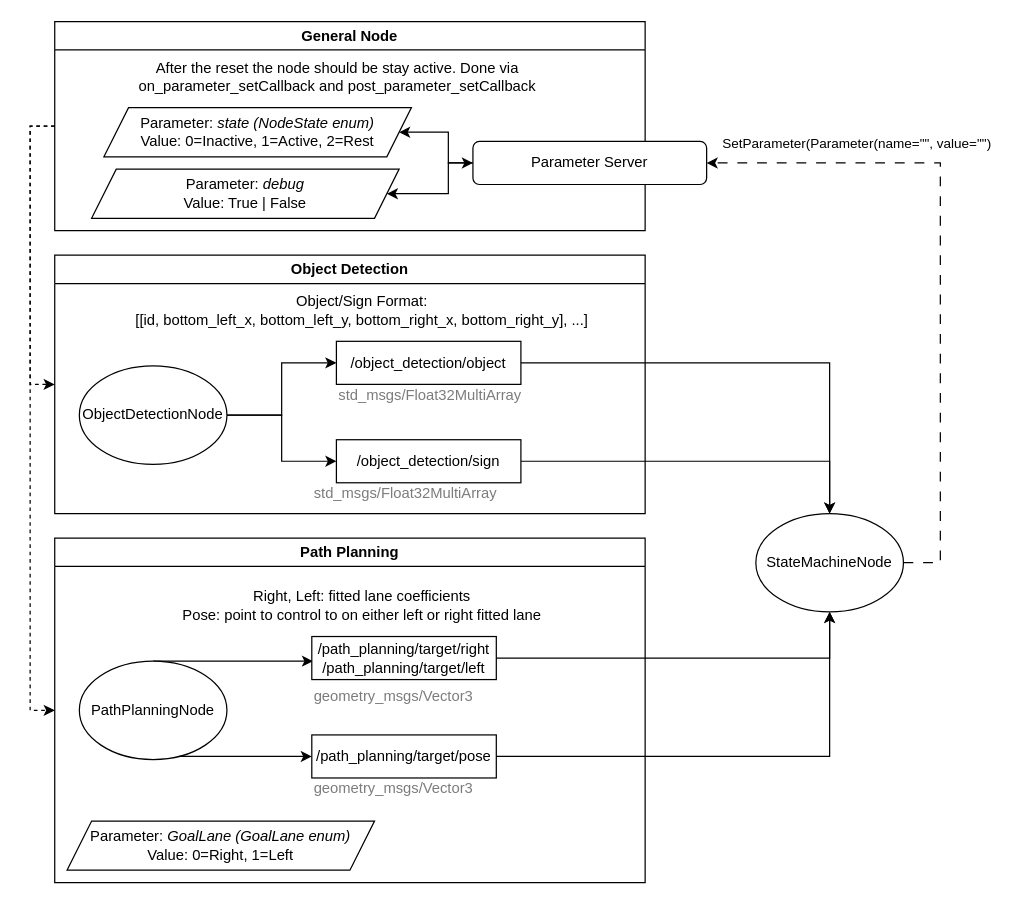
Before: page "Architecture" (1 of 2) of doc/state_machine.drawio in DHBW-Smart-Rollerz/state_machine, a draw.io diagram. Source tidied: cells renumbered, new cells numbered last; positions are measured from the earlier drawing's top-left corner, leaving out a move shared by most shapes. Both pictures are drawn from the tidied source at 123%, with x=0, y=0 at pixel (30, 21).
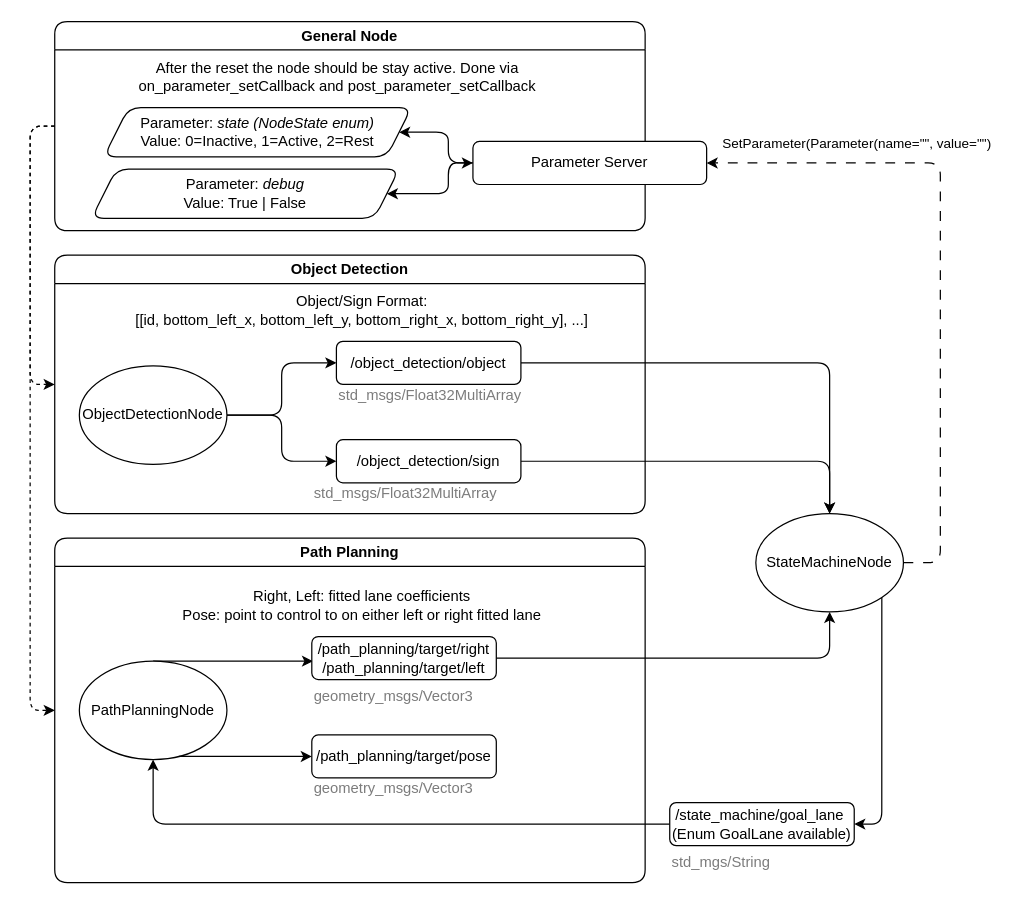
The same diagram, later.

Unchanged cells that the change refers to:
```xml
<mxCell id="31" value="Parameter Server" style="rounded=1;whiteSpace=wrap;html=1;" parent="28" vertex="1">
  <mxGeometry x="340" y="97.5" width="190" height="35" as="geometry" />
</mxCell>
```

Change to the diagram source:
```diff
@@
+    <mxCell id="37" style="edgeStyle=orthogonalEdgeStyle;rounded=1;jettySize=auto;html=1;entryX=1;entryY=0.5;entryDx=0;entryDy=0;exitX=1;exitY=1;exitDx=0;exitDy=0;" parent="1" edge="1" source="2" target="39">
+      <mxGeometry relative="1" as="geometry" />
+    </mxCell>
-    <mxCell id="2" value="StateMachineNode" style="ellipse;whiteSpace=wrap;html=1;" parent="1" vertex="1">
+    <mxCell id="2" value="StateMachineNode" style="ellipse;whiteSpace=wrap;html=1;rounded=1;" parent="1" vertex="1">
       <mxGeometry x="590" y="400" width="120" height="80" as="geometry" />
     </mxCell>
-    <mxCell id="3" style="edgeStyle=orthogonalEdgeStyle;rounded=0;jettySize=auto;html=1;" parent="1" edge="1" source="11" target="2">
+    <mxCell id="3" style="edgeStyle=orthogonalEdgeStyle;rounded=1;jettySize=auto;html=1;" parent="1" edge="1" source="11" target="2">
       <mxGeometry relative="1" as="geometry" />
     </mxCell>
-    <mxCell id="4" style="edgeStyle=orthogonalEdgeStyle;rounded=0;jettySize=auto;html=1;entryX=0.5;entryY=0;entryDx=0;entryDy=0;" parent="1" edge="1" source="12" target="2">
+    <mxCell id="4" style="edgeStyle=orthogonalEdgeStyle;rounded=1;jettySize=auto;html=1;entryX=0.5;entryY=0;entryDx=0;entryDy=0;" parent="1" edge="1" source="12" target="2">
       <mxGeometry relative="1" as="geometry" />
     </mxCell>
-    <mxCell id="5" value="&lt;span style=&quot;font-weight:normal;font-style:normal;text-decoration:none&quot;&gt;std_msgs/Float32MultiArray&lt;/span&gt;" style="text;whiteSpace=wrap;html=1;fontColor=#7C7C7C;" parent="1" vertex="1">
+    <mxCell id="5" value="&lt;span style=&quot;font-weight:normal;font-style:normal;text-decoration:none&quot;&gt;std_msgs/Float32MultiArray&lt;/span&gt;" style="text;whiteSpace=wrap;html=1;fontColor=#7C7C7C;rounded=1;" parent="1" vertex="1">
       <mxGeometry x="229" y="370" width="180" height="40" as="geometry" />
     </mxCell>
-    <mxCell id="6" style="edgeStyle=orthogonalEdgeStyle;rounded=0;jettySize=auto;html=1;" parent="1" edge="1" source="19">
+    <mxCell id="6" style="edgeStyle=orthogonalEdgeStyle;rounded=1;jettySize=auto;html=1;" parent="1" edge="1" source="19">
       <mxGeometry relative="1" as="geometry">
         <mxPoint x="230" y="520" as="targetPoint" />
         <Array as="points">
           <mxPoint x="160" y="560" />
           <mxPoint x="160" y="520" />
         </Array>
       </mxGeometry>
     </mxCell>
-    <mxCell id="7" value="Object Detection" style="swimlane;whiteSpace=wrap;html=1;" parent="1" vertex="1">
+    <mxCell id="7" value="Object Detection" style="swimlane;whiteSpace=wrap;html=1;rounded=1;" parent="1" vertex="1">
       <mxGeometry x="20" y="190" width="480" height="210" as="geometry" />
     </mxCell>
-    <mxCell id="8" style="edgeStyle=orthogonalEdgeStyle;rounded=0;jettySize=auto;html=1;entryX=0;entryY=0.5;entryDx=0;entryDy=0;" parent="7" edge="1" source="10" target="12">
+    <mxCell id="8" style="edgeStyle=orthogonalEdgeStyle;rounded=1;jettySize=auto;html=1;entryX=0;entryY=0.5;entryDx=0;entryDy=0;" parent="7" edge="1" source="10" target="12">
       <mxGeometry relative="1" as="geometry" />
     </mxCell>
-    <mxCell id="9" style="edgeStyle=orthogonalEdgeStyle;rounded=0;jettySize=auto;html=1;entryX=0;entryY=0.5;entryDx=0;entryDy=0;" parent="7" edge="1" source="10" target="11">
+    <mxCell id="9" style="edgeStyle=orthogonalEdgeStyle;rounded=1;jettySize=auto;html=1;entryX=0;entryY=0.5;entryDx=0;entryDy=0;" parent="7" edge="1" source="10" target="11">
       <mxGeometry relative="1" as="geometry" />
     </mxCell>
-    <mxCell id="10" value="ObjectDetectionNode" style="ellipse;whiteSpace=wrap;html=1;" parent="7" vertex="1">
+    <mxCell id="10" value="ObjectDetectionNode" style="ellipse;whiteSpace=wrap;html=1;rounded=1;" parent="7" vertex="1">
       <mxGeometry x="20" y="90" width="120" height="80" as="geometry" />
     </mxCell>
-    <mxCell id="11" value="/object_detection/object" style="rounded=0;whiteSpace=wrap;html=1;" parent="7" vertex="1">
+    <mxCell id="11" value="/object_detection/object" style="rounded=1;whiteSpace=wrap;html=1;" parent="7" vertex="1">
       <mxGeometry x="229" y="70" width="150" height="35" as="geometry" />
     </mxCell>
-    <mxCell id="12" value="/object_detection/sign" style="rounded=0;whiteSpace=wrap;html=1;" parent="7" vertex="1">
+    <mxCell id="12" value="/object_detection/sign" style="rounded=1;whiteSpace=wrap;html=1;" parent="7" vertex="1">
       <mxGeometry x="229" y="150" width="150" height="35" as="geometry" />
     </mxCell>
-    <mxCell id="13" value="&lt;span style=&quot;font-weight:normal;font-style:normal;text-decoration:none&quot;&gt;std_msgs/Float32MultiArray&lt;/span&gt;" style="text;whiteSpace=wrap;html=1;fontColor=#7C7C7C;" parent="7" vertex="1">
+    <mxCell id="13" value="&lt;span style=&quot;font-weight:normal;font-style:normal;text-decoration:none&quot;&gt;std_msgs/Float32MultiArray&lt;/span&gt;" style="text;whiteSpace=wrap;html=1;fontColor=#7C7C7C;rounded=1;" parent="7" vertex="1">
       <mxGeometry x="229" y="100" width="180" height="40" as="geometry" />
     </mxCell>
-    <mxCell id="14" value="Object/Sign Format: &lt;br&gt;[[id, bottom_left_x, bottom_left_y, bottom_right_x, bottom_right_y], ...]" style="text;html=1;align=center;verticalAlign=middle;whiteSpace=wrap;rounded=0;" parent="7" vertex="1">
+    <mxCell id="14" value="Object/Sign Format: &lt;br&gt;[[id, bottom_left_x, bottom_left_y, bottom_right_x, bottom_right_y], ...]" style="text;html=1;align=center;verticalAlign=middle;whiteSpace=wrap;rounded=1;" parent="7" vertex="1">
       <mxGeometry x="60" y="20" width="380" height="50" as="geometry" />
     </mxCell>
-    <mxCell id="15" value="Path Planning" style="swimlane;whiteSpace=wrap;html=1;" parent="1" vertex="1">
+    <mxCell id="15" value="Path Planning" style="swimlane;whiteSpace=wrap;html=1;rounded=1;" parent="1" vertex="1">
       <mxGeometry x="20" y="420" width="480" height="280" as="geometry" />
     </mxCell>
-    <mxCell id="16" value="/path_planning/target/pose" style="rounded=0;whiteSpace=wrap;html=1;" parent="15" vertex="1">
+    <mxCell id="16" value="/path_planning/target/pose" style="rounded=1;whiteSpace=wrap;html=1;" parent="15" vertex="1">
       <mxGeometry x="209" y="160" width="150" height="35" as="geometry" />
     </mxCell>
-    <mxCell id="17" value="/path_planning/target/right&lt;div&gt;/path_planning/target/left&lt;/div&gt;" style="rounded=0;whiteSpace=wrap;html=1;" parent="15" vertex="1">
+    <mxCell id="17" value="/path_planning/target/right&lt;div&gt;/path_planning/target/left&lt;/div&gt;" style="rounded=1;whiteSpace=wrap;html=1;" parent="15" vertex="1">
       <mxGeometry x="209" y="80" width="150" height="35" as="geometry" />
     </mxCell>
-    <mxCell id="18" value="Right, Left: fitted lane coefficients&lt;div&gt;Pose: point to control to on either left or right fitted lane&lt;/div&gt;" style="text;html=1;align=center;verticalAlign=middle;whiteSpace=wrap;rounded=0;" parent="15" vertex="1">
+    <mxCell id="18" value="Right, Left: fitted lane coefficients&lt;div&gt;Pose: point to control to on either left or right fitted lane&lt;/div&gt;" style="text;html=1;align=center;verticalAlign=middle;whiteSpace=wrap;rounded=1;" parent="15" vertex="1">
       <mxGeometry x="60" y="30" width="380" height="50" as="geometry" />
     </mxCell>
-    <mxCell id="19" value="PathPlanningNode" style="ellipse;whiteSpace=wrap;html=1;" parent="15" vertex="1">
+    <mxCell id="19" value="PathPlanningNode" style="ellipse;whiteSpace=wrap;html=1;rounded=1;" parent="15" vertex="1">
       <mxGeometry x="20" y="100" width="120" height="80" as="geometry" />
     </mxCell>
-    <mxCell id="20" style="edgeStyle=orthogonalEdgeStyle;rounded=0;jettySize=auto;html=1;entryX=0;entryY=0.5;entryDx=0;entryDy=0;" parent="15" edge="1" source="19" target="16">
+    <mxCell id="20" style="edgeStyle=orthogonalEdgeStyle;rounded=1;jettySize=auto;html=1;entryX=0;entryY=0.5;entryDx=0;entryDy=0;" parent="15" edge="1" source="19" target="16">
       <mxGeometry relative="1" as="geometry">
         <Array as="points">
           <mxPoint x="140" y="140" />
           <mxPoint x="140" y="178" />
         </Array>
       </mxGeometry>
     </mxCell>
-    <mxCell id="21" value="Parameter: &lt;i&gt;GoalLane (GoalLane enum)&lt;/i&gt;&lt;br&gt;Value: 0=Right, 1=Left" style="shape=parallelogram;perimeter=parallelogramPerimeter;whiteSpace=wrap;html=1;fixedSize=1;" parent="15" vertex="1">
-      <mxGeometry x="10" y="230" width="250" height="40" as="geometry" />
-    </mxCell>
-    <mxCell id="22" value="geometry_msgs/Vector3" style="text;whiteSpace=wrap;html=1;fontColor=#7C7C7C;" parent="15" vertex="1">
+    <mxCell id="22" value="geometry_msgs/Vector3" style="text;whiteSpace=wrap;html=1;fontColor=#7C7C7C;rounded=1;" parent="15" vertex="1">
       <mxGeometry x="209" y="115" width="180" height="40" as="geometry" />
     </mxCell>
-    <mxCell id="23" value="geometry_msgs/Vector3" style="text;whiteSpace=wrap;html=1;fontColor=#7C7C7C;" parent="15" vertex="1">
+    <mxCell id="23" value="geometry_msgs/Vector3" style="text;whiteSpace=wrap;html=1;fontColor=#7C7C7C;rounded=1;" parent="15" vertex="1">
       <mxGeometry x="209" y="190" width="180" height="40" as="geometry" />
     </mxCell>
-    <mxCell id="24" style="edgeStyle=orthogonalEdgeStyle;rounded=0;jettySize=auto;html=1;entryX=0.5;entryY=1;entryDx=0;entryDy=0;" parent="1" edge="1" source="17" target="2">
+    <mxCell id="24" style="edgeStyle=orthogonalEdgeStyle;rounded=1;jettySize=auto;html=1;entryX=0.5;entryY=1;entryDx=0;entryDy=0;" parent="1" edge="1" source="17" target="2">
       <mxGeometry relative="1" as="geometry" />
     </mxCell>
-    <mxCell id="25" style="edgeStyle=orthogonalEdgeStyle;rounded=0;jettySize=auto;html=1;entryX=0.5;entryY=1;entryDx=0;entryDy=0;" parent="1" edge="1" source="16" target="2">
-      <mxGeometry relative="1" as="geometry" />
-    </mxCell>
-    <mxCell id="26" style="edgeStyle=orthogonalEdgeStyle;rounded=0;jettySize=auto;html=1;entryX=0;entryY=0.5;entryDx=0;entryDy=0;exitX=0;exitY=0.5;exitDx=0;exitDy=0;dashed=1;endArrow=classic;endFill=1;" parent="1" edge="1" source="28" target="7">
+    <mxCell id="26" style="edgeStyle=orthogonalEdgeStyle;rounded=1;jettySize=auto;html=1;entryX=0;entryY=0.5;entryDx=0;entryDy=0;exitX=0;exitY=0.5;exitDx=0;exitDy=0;dashed=1;endArrow=classic;endFill=1;" parent="1" edge="1" source="28" target="7">
       <mxGeometry relative="1" as="geometry" />
     </mxCell>
-    <mxCell id="27" style="edgeStyle=orthogonalEdgeStyle;rounded=0;jettySize=auto;html=1;entryX=0;entryY=0.5;entryDx=0;entryDy=0;dashed=1;exitX=0;exitY=0.5;exitDx=0;exitDy=0;" parent="1" edge="1" source="28" target="15">
+    <mxCell id="27" style="edgeStyle=orthogonalEdgeStyle;rounded=1;jettySize=auto;html=1;entryX=0;entryY=0.5;entryDx=0;entryDy=0;dashed=1;exitX=0;exitY=0.5;exitDx=0;exitDy=0;" parent="1" edge="1" source="28" target="15">
       <mxGeometry relative="1" as="geometry">
         <Array as="points">
           <mxPoint y="85" />
           <mxPoint y="560" />
         </Array>
       </mxGeometry>
     </mxCell>
-    <mxCell id="28" value="General Node" style="swimlane;whiteSpace=wrap;html=1;" parent="1" vertex="1">
+    <mxCell id="28" value="General Node" style="swimlane;whiteSpace=wrap;html=1;rounded=1;" parent="1" vertex="1">
       <mxGeometry x="20" width="480" height="170" as="geometry" />
     </mxCell>
-    <mxCell id="29" style="edgeStyle=orthogonalEdgeStyle;rounded=0;jettySize=auto;html=1;exitX=0;exitY=0.5;exitDx=0;exitDy=0;startArrow=classic;startFill=1;" parent="28" edge="1" source="31" target="33">
+    <mxCell id="29" style="edgeStyle=orthogonalEdgeStyle;rounded=1;jettySize=auto;html=1;exitX=0;exitY=0.5;exitDx=0;exitDy=0;startArrow=classic;startFill=1;" parent="28" edge="1" source="31" target="33">
       <mxGeometry relative="1" as="geometry">
         <Array as="points">
           <mxPoint x="320" y="115" />
           <mxPoint x="320" y="140" />
         </Array>
       </mxGeometry>
     </mxCell>
-    <mxCell id="30" style="edgeStyle=orthogonalEdgeStyle;rounded=0;jettySize=auto;html=1;entryX=1;entryY=0.5;entryDx=0;entryDy=0;exitX=0;exitY=0.5;exitDx=0;exitDy=0;" parent="28" edge="1" source="31" target="32">
+    <mxCell id="30" style="edgeStyle=orthogonalEdgeStyle;rounded=1;jettySize=auto;html=1;entryX=1;entryY=0.5;entryDx=0;entryDy=0;exitX=0;exitY=0.5;exitDx=0;exitDy=0;" parent="28" edge="1" source="31" target="32">
       <mxGeometry relative="1" as="geometry">
         <Array as="points">
           <mxPoint x="320" y="115" />
           <mxPoint x="320" y="90" />
         </Array>
       </mxGeometry>
     </mxCell>
@@
-    <mxCell id="32" value="Parameter: &lt;i&gt;state (NodeState enum)&lt;/i&gt;&lt;br&gt;Value: 0=Inactive, 1=Active, 2=Rest" style="shape=parallelogram;perimeter=parallelogramPerimeter;whiteSpace=wrap;html=1;fixedSize=1;" parent="28" vertex="1">
+    <mxCell id="32" value="Parameter: &lt;i&gt;state (NodeState enum)&lt;/i&gt;&lt;br&gt;Value: 0=Inactive, 1=Active, 2=Rest" style="shape=parallelogram;perimeter=parallelogramPerimeter;whiteSpace=wrap;html=1;fixedSize=1;rounded=1;" parent="28" vertex="1">
       <mxGeometry x="40" y="70" width="250" height="40" as="geometry" />
     </mxCell>
-    <mxCell id="33" value="Parameter: &lt;i&gt;debug&lt;/i&gt;&lt;br&gt;Value: True | False" style="shape=parallelogram;perimeter=parallelogramPerimeter;whiteSpace=wrap;html=1;fixedSize=1;" parent="28" vertex="1">
+    <mxCell id="33" value="Parameter: &lt;i&gt;debug&lt;/i&gt;&lt;br&gt;Value: True | False" style="shape=parallelogram;perimeter=parallelogramPerimeter;whiteSpace=wrap;html=1;fixedSize=1;rounded=1;" parent="28" vertex="1">
       <mxGeometry x="30" y="120" width="250" height="40" as="geometry" />
     </mxCell>
-    <mxCell id="34" value="After the reset the node should be stay active. Done via on_parameter_setCallback and post_parameter_setCallback" style="text;html=1;align=center;verticalAlign=middle;whiteSpace=wrap;rounded=0;" parent="28" vertex="1">
+    <mxCell id="34" value="After the reset the node should be stay active. Done via on_parameter_setCallback and post_parameter_setCallback" style="text;html=1;align=center;verticalAlign=middle;whiteSpace=wrap;rounded=1;" parent="28" vertex="1">
       <mxGeometry x="60" y="30" width="340" height="30" as="geometry" />
     </mxCell>
-    <mxCell id="35" style="edgeStyle=orthogonalEdgeStyle;rounded=0;jettySize=auto;html=1;entryX=1;entryY=0.5;entryDx=0;entryDy=0;dashed=1;dashPattern=8 8;" parent="1" edge="1" source="2" target="31">
+    <mxCell id="35" style="edgeStyle=orthogonalEdgeStyle;rounded=1;jettySize=auto;html=1;entryX=1;entryY=0.5;entryDx=0;entryDy=0;dashed=1;dashPattern=8 8;" parent="1" edge="1" source="2" target="31">
       <mxGeometry relative="1" as="geometry">
         <Array as="points">
           <mxPoint x="740" y="440" />
           <mxPoint x="740" y="115" />
         </Array>
       </mxGeometry>
     </mxCell>
-    <mxCell id="36" value="SetParameter(Parameter(name=&quot;&quot;, value=&quot;&quot;)" style="edgeLabel;html=1;align=center;verticalAlign=middle;" parent="35" vertex="1">
+    <mxCell id="36" value="SetParameter(Parameter(name=&quot;&quot;, value=&quot;&quot;)" style="edgeLabel;html=1;align=center;verticalAlign=middle;rounded=1;" parent="35" vertex="1">
       <mxGeometry x="0.55" y="2" relative="1" as="geometry">
         <mxPoint x="-2" y="-19" as="offset" />
       </mxGeometry>
     </mxCell>
+    <mxCell id="38" style="edgeStyle=orthogonalEdgeStyle;rounded=1;jettySize=auto;html=1;entryX=0.5;entryY=1;entryDx=0;entryDy=0;" parent="1" edge="1" source="39" target="19">
+      <mxGeometry relative="1" as="geometry" />
+    </mxCell>
+    <mxCell id="39" value="/state_machine/goal_lane&amp;nbsp;&lt;div&gt;(Enum GoalLane available)&lt;/div&gt;" style="rounded=1;whiteSpace=wrap;html=1;" parent="1" vertex="1">
+      <mxGeometry x="520" y="635" width="150" height="35" as="geometry" />
+    </mxCell>
+    <mxCell id="40" value="std_mgs/String" style="text;whiteSpace=wrap;html=1;fontColor=#7C7C7C;rounded=1;" parent="1" vertex="1">
+      <mxGeometry x="520" y="670" width="180" height="40" as="geometry" />
+    </mxCell>
```
